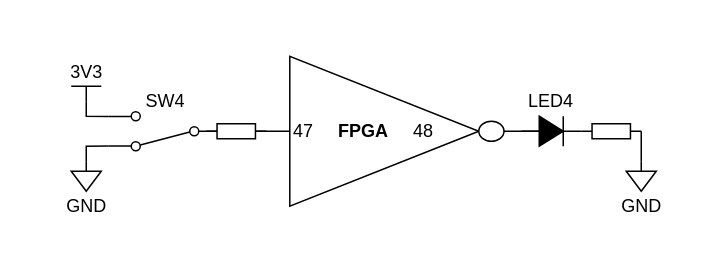
Above: page "非门_实际" (6 of 12) of 多功能数字钟_实验指导书.drawio in zeandon/draw.io (draw.io), before the change. Source tidied: cells renumbered, new cells numbered last; positions are measured from the earlier drawing's top-left corner, leaving out a move shared by most shapes. Both pictures are drawn from the tidied source at 150%, with x=0, y=0 at pixel (70, 56).
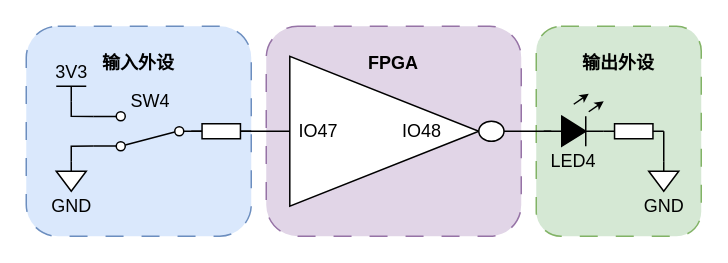
Above is the later version.

What changed in the source:
```diff
@@
+    <mxCell id="19" style="rounded=1;whiteSpace=wrap;html=1;dashed=1;dashPattern=12 12;fillColor=#d5e8d4;strokeColor=#82b366;" parent="1" vertex="1">
+      <mxGeometry x="310" y="-20" width="110" height="140" as="geometry" />
+    </mxCell>
+    <mxCell id="20" style="rounded=1;whiteSpace=wrap;html=1;dashed=1;dashPattern=12 12;fillColor=#e1d5e7;strokeColor=#9673a6;" parent="1" vertex="1">
+      <mxGeometry x="130" y="-20" width="170" height="140" as="geometry" />
+    </mxCell>
+    <mxCell id="21" style="rounded=1;whiteSpace=wrap;html=1;dashed=1;dashPattern=12 12;fillColor=#dae8fc;strokeColor=#6c8ebf;" parent="1" vertex="1">
+      <mxGeometry x="-30" y="-20" width="150" height="140" as="geometry" />
+    </mxCell>
@@
     <mxCell id="3" style="verticalLabelPosition=bottom;shadow=0;dashed=0;align=center;html=1;verticalAlign=top;shape=mxgraph.electrical.resistors.resistor_1;" parent="1" vertex="1">
-      <mxGeometry x="340" y="45" width="40" height="10" as="geometry" />
+      <mxGeometry x="355" y="45" width="40" height="10" as="geometry" />
     </mxCell>
     <mxCell id="4" style="fillColor=strokeColor;verticalLabelPosition=bottom;shadow=0;dashed=0;align=center;html=1;verticalAlign=top;shape=mxgraph.electrical.diodes.diode;" parent="1" vertex="1">
-      <mxGeometry x="300" y="40" width="40" height="20" as="geometry" />
+      <mxGeometry x="315" y="40" width="40" height="20" as="geometry" />
     </mxCell>
     <mxCell id="5" style="html=1;shape=mxgraph.electrical.electro-mechanical.twoWaySwitch;elSwitchState=2;rotation=-180;" parent="1" vertex="1">
-      <mxGeometry x="25" y="37" width="75" height="26" as="geometry" />
+      <mxGeometry x="15" y="37" width="75" height="26" as="geometry" />
     </mxCell>
     <mxCell id="6" value="GND" style="verticalLabelPosition=bottom;shadow=0;dashed=0;align=center;html=1;verticalAlign=middle;shape=mxgraph.electrical.signal_sources.signal_ground;strokeColor=default;fontFamily=Helvetica;fontSize=12;fontColor=default;fillColor=default;" parent="1" vertex="1">
-      <mxGeometry y="70" width="20" height="20" as="geometry" />
+      <mxGeometry x="-10" y="70" width="20" height="20" as="geometry" />
     </mxCell>
     <mxCell id="7" value="3V3" style="verticalLabelPosition=top;verticalAlign=bottom;shape=mxgraph.electrical.signal_sources.vdd;shadow=0;dashed=0;align=center;strokeWidth=1;fontSize=12;html=1;flipV=1;legacyAnchorPoints=0;strokeColor=default;fontFamily=Helvetica;fontColor=default;fillColor=default;" parent="1" vertex="1">
-      <mxGeometry y="20" width="20" height="10" as="geometry" />
+      <mxGeometry x="-10" y="20" width="20" height="10" as="geometry" />
     </mxCell>
     <mxCell id="8" style="endArrow=none;html=1;rounded=0;fontFamily=Helvetica;fontSize=12;fontColor=default;exitX=0.5;exitY=0;exitDx=0;exitDy=0;exitPerimeter=0;entryX=1;entryY=0.88;entryDx=0;entryDy=0;" parent="1" edge="1" source="7" target="5">
       <mxGeometry relative="1" as="geometry">
         <Array as="points">
-          <mxPoint x="10" y="40" />
+          <mxPoint y="40" />
         </Array>
       </mxGeometry>
     </mxCell>
     <mxCell id="9" style="endArrow=none;html=1;rounded=0;fontFamily=Helvetica;fontSize=12;fontColor=default;exitX=0.5;exitY=0;exitDx=0;exitDy=0;exitPerimeter=0;entryX=1;entryY=0.12;entryDx=0;entryDy=0;" parent="1" edge="1" source="6" target="5">
       <mxGeometry relative="1" as="geometry">
         <Array as="points">
-          <mxPoint x="10" y="60" />
+          <mxPoint y="60" />
         </Array>
       </mxGeometry>
     </mxCell>
     <mxCell id="10" value="GND" style="verticalLabelPosition=bottom;shadow=0;dashed=0;align=center;html=1;verticalAlign=middle;shape=mxgraph.electrical.signal_sources.signal_ground;strokeColor=default;fontFamily=Helvetica;fontSize=12;fontColor=default;fillColor=default;" parent="1" vertex="1">
-      <mxGeometry x="370" y="70" width="20" height="20" as="geometry" />
+      <mxGeometry x="385" y="70" width="20" height="20" as="geometry" />
     </mxCell>
     <mxCell id="11" style="endArrow=none;html=1;rounded=0;fontFamily=Helvetica;fontSize=12;fontColor=default;exitX=1;exitY=0.5;exitDx=0;exitDy=0;exitPerimeter=0;entryX=0.5;entryY=0;entryDx=0;entryDy=0;entryPerimeter=0;" parent="1" edge="1" source="3" target="10">
       <mxGeometry relative="1" as="geometry">
         <Array as="points">
-          <mxPoint x="380" y="50" />
+          <mxPoint x="395" y="50" />
         </Array>
       </mxGeometry>
     </mxCell>
     <mxCell id="12" style="endArrow=none;html=1;rounded=0;fontFamily=Helvetica;fontSize=12;fontColor=default;exitX=1;exitY=0.5;exitDx=0;exitDy=0;exitPerimeter=0;entryX=0;entryY=0.5;entryDx=0;entryDy=0;entryPerimeter=0;" parent="1" edge="1" target="4">
       <mxGeometry relative="1" as="geometry">
-        <mxPoint x="300" y="50" as="sourcePoint" />
+        <mxPoint x="315" y="50" as="sourcePoint" />
       </mxGeometry>
     </mxCell>
     <mxCell id="13" style="verticalLabelPosition=bottom;shadow=0;dashed=0;align=center;html=1;verticalAlign=top;shape=mxgraph.electrical.resistors.resistor_1;" parent="1" vertex="1">
-      <mxGeometry x="90" y="45" width="40" height="10" as="geometry" />
+      <mxGeometry x="80" y="45" width="40" height="10" as="geometry" />
     </mxCell>
     <mxCell id="14" value="FPGA" style="text;html=1;whiteSpace=wrap;strokeColor=none;fillColor=none;align=center;verticalAlign=middle;rounded=0;fontFamily=Helvetica;fontSize=12;fontColor=default;fontStyle=1;" parent="1" vertex="1">
-      <mxGeometry x="170" y="35" width="50" height="30" as="geometry" />
+      <mxGeometry x="190" y="-10" width="50" height="30" as="geometry" />
     </mxCell>
-    <mxCell id="15" value="47" style="text;html=1;whiteSpace=wrap;strokeColor=none;fillColor=none;align=center;verticalAlign=middle;rounded=0;fontFamily=Helvetica;fontSize=12;fontColor=default;" parent="1" vertex="1">
-      <mxGeometry x="140" y="40" width="30" height="20" as="geometry" />
+    <mxCell id="15" value="IO47" style="text;html=1;whiteSpace=wrap;strokeColor=none;fillColor=none;align=center;verticalAlign=middle;rounded=0;fontFamily=Helvetica;fontSize=12;fontColor=default;" parent="1" vertex="1">
+      <mxGeometry x="150" y="40" width="30" height="20" as="geometry" />
     </mxCell>
-    <mxCell id="16" value="48" style="text;html=1;whiteSpace=wrap;strokeColor=none;fillColor=none;align=center;verticalAlign=middle;rounded=0;fontFamily=Helvetica;fontSize=12;fontColor=default;" parent="1" vertex="1">
-      <mxGeometry x="220" y="40" width="30" height="20" as="geometry" />
+    <mxCell id="16" value="IO48" style="text;html=1;whiteSpace=wrap;strokeColor=none;fillColor=none;align=center;verticalAlign=middle;rounded=0;fontFamily=Helvetica;fontSize=12;fontColor=default;" parent="1" vertex="1">
+      <mxGeometry x="219" y="40" width="30" height="20" as="geometry" />
     </mxCell>
     <mxCell id="17" value="SW4" style="text;html=1;whiteSpace=wrap;strokeColor=none;fillColor=none;align=center;verticalAlign=middle;rounded=0;fontFamily=Helvetica;fontSize=12;fontColor=default;" parent="1" vertex="1">
-      <mxGeometry x="37.5" y="15" width="50" height="30" as="geometry" />
+      <mxGeometry x="27.5" y="15" width="50" height="30" as="geometry" />
     </mxCell>
     <mxCell id="18" value="LED4" style="text;html=1;whiteSpace=wrap;strokeColor=none;fillColor=none;align=center;verticalAlign=middle;rounded=0;fontFamily=Helvetica;fontSize=12;fontColor=default;" parent="1" vertex="1">
-      <mxGeometry x="295" y="15" width="50" height="30" as="geometry" />
+      <mxGeometry x="310" y="55" width="50" height="30" as="geometry" />
     </mxCell>
+    <mxCell id="22" style="endArrow=classic;html=1;rounded=0;fontFamily=Helvetica;fontSize=12;fontColor=default;strokeWidth=1;startSize=6;endSize=3;" parent="1" edge="1">
+      <mxGeometry relative="1" as="geometry">
+        <mxPoint x="335" y="32" as="sourcePoint" />
+        <mxPoint x="345" y="25" as="targetPoint" />
+      </mxGeometry>
+    </mxCell>
+    <mxCell id="23" style="endArrow=classic;html=1;rounded=0;fontFamily=Helvetica;fontSize=12;fontColor=default;strokeWidth=1;startSize=6;endSize=3;" parent="1" edge="1">
+      <mxGeometry relative="1" as="geometry">
+        <mxPoint x="345" y="37" as="sourcePoint" />
+        <mxPoint x="355" y="30" as="targetPoint" />
+        <Array as="points">
+          <mxPoint x="355" y="30" />
+        </Array>
+      </mxGeometry>
+    </mxCell>
+    <mxCell id="24" value="输入外设" style="text;html=1;whiteSpace=wrap;strokeColor=none;fillColor=none;align=center;verticalAlign=middle;rounded=0;fontFamily=Helvetica;fontSize=12;fontColor=default;fontStyle=1;" parent="1" vertex="1">
+      <mxGeometry x="20" y="-10" width="50" height="30" as="geometry" />
+    </mxCell>
+    <mxCell id="25" value="输出外设" style="text;html=1;whiteSpace=wrap;strokeColor=none;fillColor=none;align=center;verticalAlign=middle;rounded=0;fontFamily=Helvetica;fontSize=12;fontColor=default;fontStyle=1;" parent="1" vertex="1">
+      <mxGeometry x="340" y="-10" width="50" height="30" as="geometry" />
+    </mxCell>
```
